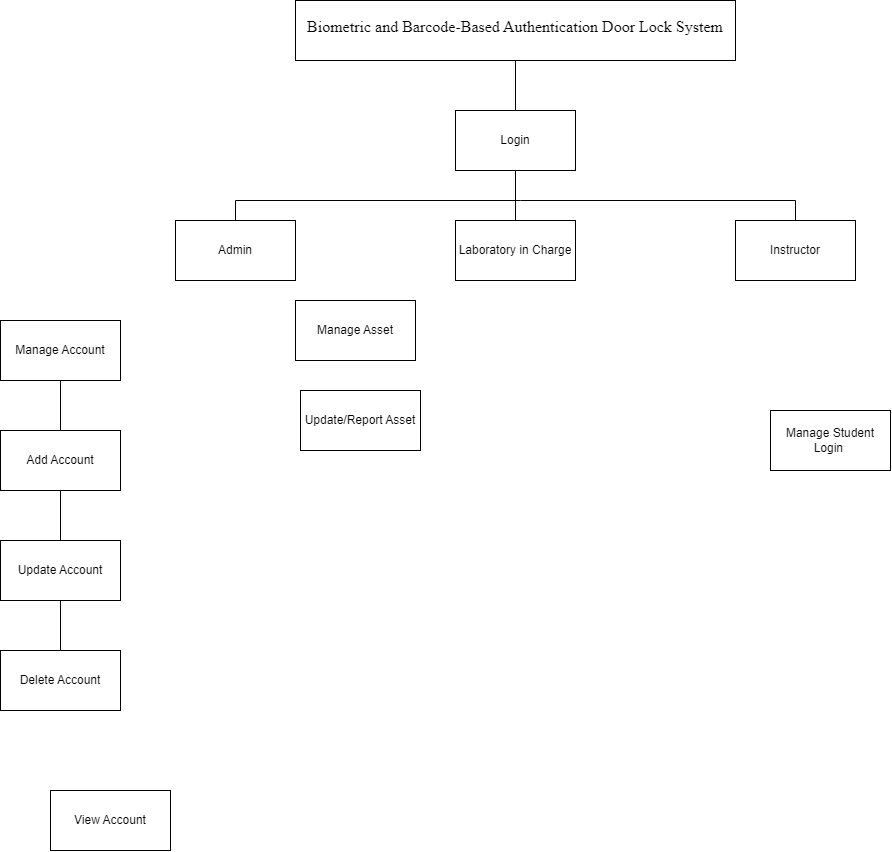
Above: Functional Decomposition Diagram.drawio.png in kaisunoo/Acads (draw.io), before the change. Source tidied: cells renumbered, new cells last; positions are measured from the earlier drawing's top-left corner, leaving out a move shared by most shapes.
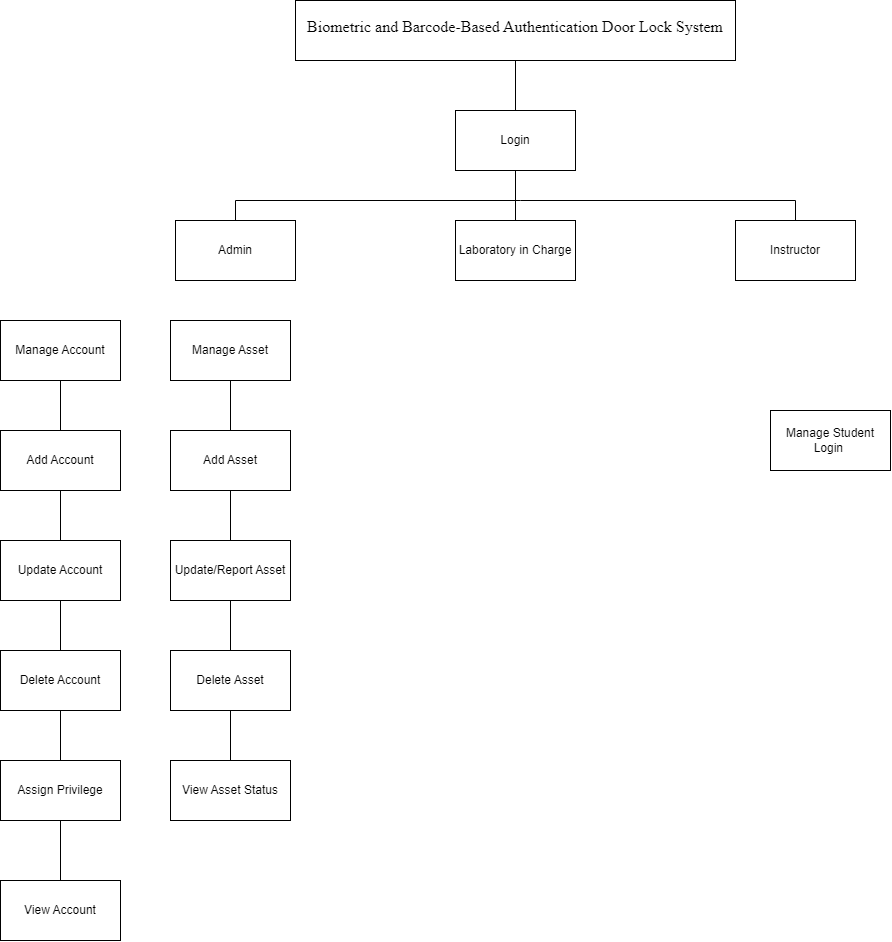
The same file after the commit.

Diff of the diagram source:
```diff
@@ -46,16 +46,16 @@
       <mxGeometry y="320" width="120" height="60" as="geometry" />
     </mxCell>
     <mxCell id="13" value="Manage Asset" style="rounded=0;whiteSpace=wrap;html=1;" parent="1" vertex="1">
-      <mxGeometry x="295" y="300" width="120" height="60" as="geometry" />
+      <mxGeometry x="170" y="320" width="120" height="60" as="geometry" />
     </mxCell>
     <mxCell id="14" value="Manage Student Login&amp;nbsp;" style="rounded=0;whiteSpace=wrap;html=1;" parent="1" vertex="1">
       <mxGeometry x="770" y="410" width="120" height="60" as="geometry" />
     </mxCell>
     <mxCell id="15" value="Update/Report Asset" style="rounded=0;whiteSpace=wrap;html=1;" parent="1" vertex="1">
-      <mxGeometry x="300" y="390" width="120" height="60" as="geometry" />
+      <mxGeometry x="170" y="540" width="120" height="60" as="geometry" />
     </mxCell>
     <mxCell id="16" value="View Account" style="rounded=0;whiteSpace=wrap;html=1;" parent="1" vertex="1">
-      <mxGeometry x="50" y="790" width="120" height="60" as="geometry" />
+      <mxGeometry y="880" width="120" height="60" as="geometry" />
     </mxCell>
     <mxCell id="17" value="Add Account" style="rounded=0;whiteSpace=wrap;html=1;" parent="1" vertex="1">
       <mxGeometry y="430" width="120" height="60" as="geometry" />
@@ -75,5 +75,35 @@
     <mxCell id="22" style="endArrow=none;html=1;rounded=0;entryX=0.5;entryY=1;entryDx=0;entryDy=0;exitX=0.5;exitY=0;exitDx=0;exitDy=0;" parent="1" edge="1" source="19" target="18">
       <mxGeometry relative="1" as="geometry" />
     </mxCell>
+    <mxCell id="23" style="endArrow=none;html=1;rounded=0;entryX=0.5;entryY=1;entryDx=0;entryDy=0;exitX=0.5;exitY=0;exitDx=0;exitDy=0;" parent="1" edge="1" source="24" target="19">
+      <mxGeometry relative="1" as="geometry" />
+    </mxCell>
+    <mxCell id="24" value="Assign Privilege" style="rounded=0;whiteSpace=wrap;html=1;" parent="1" vertex="1">
+      <mxGeometry y="760" width="120" height="60" as="geometry" />
+    </mxCell>
+    <mxCell id="25" style="endArrow=none;html=1;rounded=0;entryX=0.5;entryY=1;entryDx=0;entryDy=0;exitX=0.5;exitY=0;exitDx=0;exitDy=0;" parent="1" edge="1" source="16" target="24">
+      <mxGeometry relative="1" as="geometry" />
+    </mxCell>
+    <mxCell id="26" value="Add Asset" style="rounded=0;whiteSpace=wrap;html=1;" parent="1" vertex="1">
+      <mxGeometry x="170" y="430" width="120" height="60" as="geometry" />
+    </mxCell>
+    <mxCell id="27" value="Delete Asset" style="rounded=0;whiteSpace=wrap;html=1;" parent="1" vertex="1">
+      <mxGeometry x="170" y="650" width="120" height="60" as="geometry" />
+    </mxCell>
+    <mxCell id="28" value="View Asset Status" style="rounded=0;whiteSpace=wrap;html=1;" parent="1" vertex="1">
+      <mxGeometry x="170" y="760" width="120" height="60" as="geometry" />
+    </mxCell>
+    <mxCell id="29" style="endArrow=none;html=1;rounded=0;entryX=0.5;entryY=1;entryDx=0;entryDy=0;exitX=0.5;exitY=0;exitDx=0;exitDy=0;" parent="1" edge="1" source="26" target="13">
+      <mxGeometry relative="1" as="geometry" />
+    </mxCell>
+    <mxCell id="30" style="endArrow=none;html=1;rounded=0;entryX=0.5;entryY=1;entryDx=0;entryDy=0;exitX=0.5;exitY=0;exitDx=0;exitDy=0;" parent="1" edge="1" source="15" target="26">
+      <mxGeometry relative="1" as="geometry" />
+    </mxCell>
+    <mxCell id="31" style="endArrow=none;html=1;rounded=0;entryX=0.5;entryY=1;entryDx=0;entryDy=0;exitX=0.5;exitY=0;exitDx=0;exitDy=0;" parent="1" edge="1" source="27" target="15">
+      <mxGeometry relative="1" as="geometry" />
+    </mxCell>
+    <mxCell id="32" style="endArrow=none;html=1;rounded=0;entryX=0.5;entryY=1;entryDx=0;entryDy=0;exitX=0.5;exitY=0;exitDx=0;exitDy=0;" parent="1" edge="1" source="28" target="27">
+      <mxGeometry relative="1" as="geometry" />
+    </mxCell>
   </root>
 </mxGraphModel>
```
